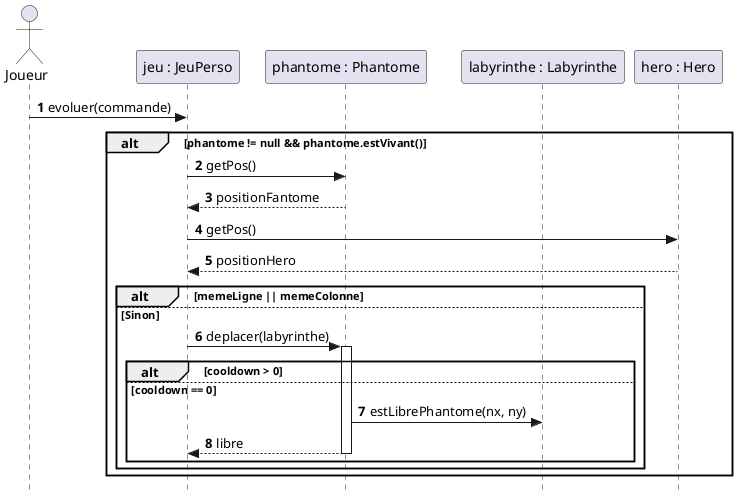
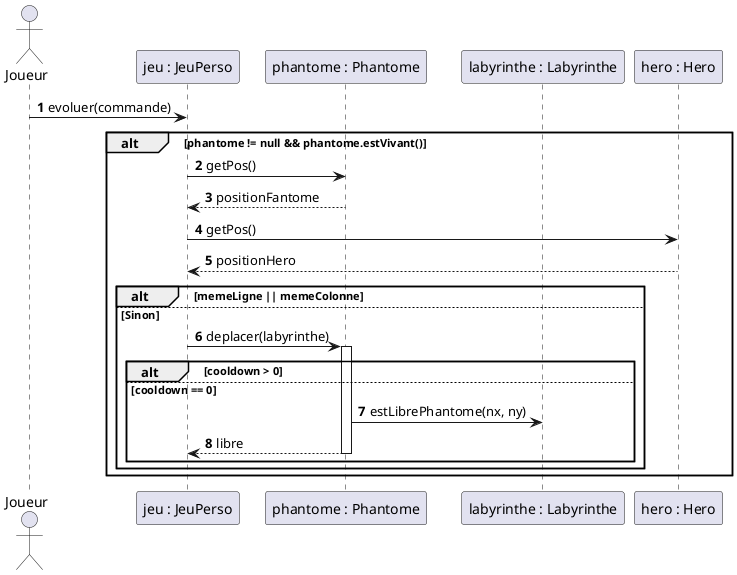
@startuml
- skinparam style strictuml
+ 
autonumber

actor Joueur
participant "jeu : JeuPerso" as JP
participant "phantome : Phantome" as Ph
participant "labyrinthe : Labyrinthe" as Lab
participant "hero : Hero" as H

Joueur -> JP : evoluer(commande)

alt phantome != null && phantome.estVivant()
    JP -> Ph : getPos()
    return positionFantome

    JP -> H : getPos()
    return positionHero

    alt memeLigne || memeColonne
        ' L'attaque est gérée ici sans détails
    else Sinon
        JP -> Ph : deplacer(labyrinthe)
        activate Ph

        alt cooldown > 0
            ' cooldown--
        else cooldown == 0
            Ph -> Lab : estLibrePhantome(nx, ny)
            return libre
        end
        deactivate Ph
    end
end
@endum